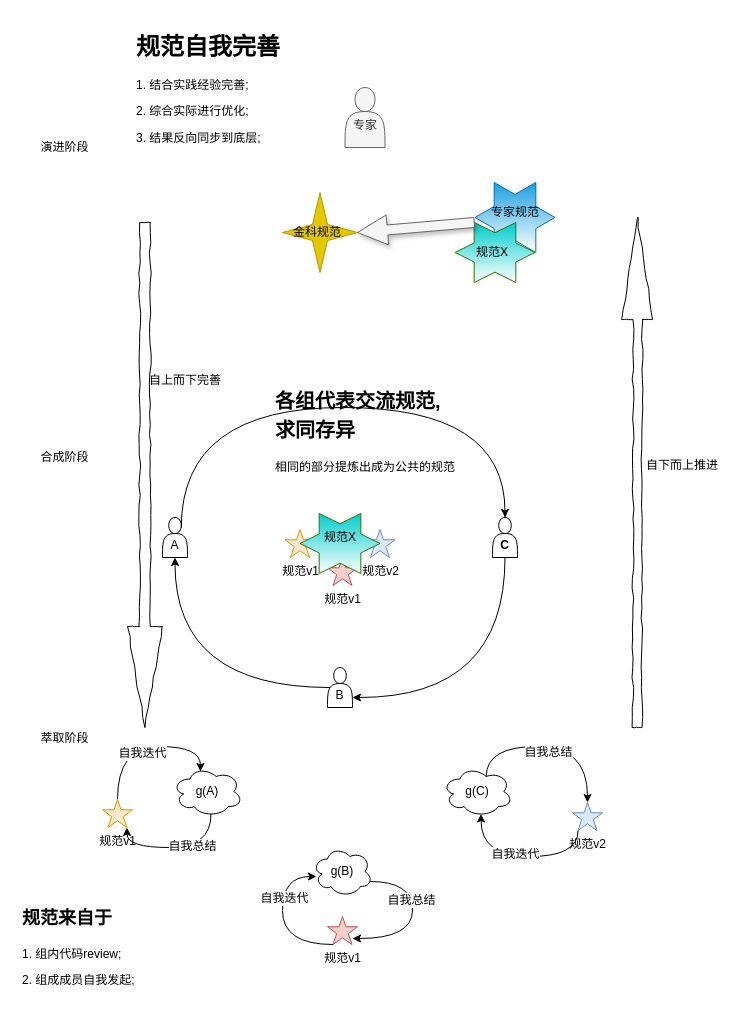
jingmian/design-repo keeps this draw.io diagram as 未命名表单.drawio. Above is the earlier version. Source tidied: cells renumbered, new cells numbered last; positions are measured from the earlier drawing's top-left corner, leaving out a move shared by most shapes. Both pictures are drawn from the tidied source at 100%, with x=0, y=0 at pixel (17, 27).
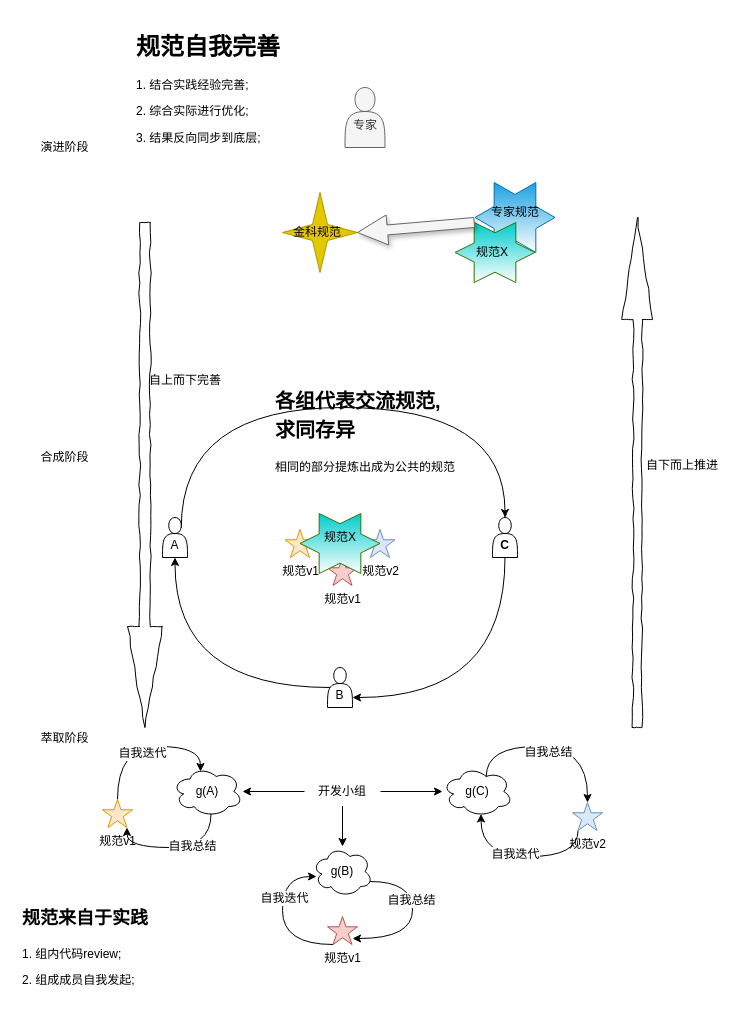
The same diagram, later.

Commit message:
更新未命名表单.drawio

Unchanged cells that the change refers to:
```xml
<mxCell id="4" style="group;" parent="1" vertex="1">
  <mxGeometry x="85" y="719" width="500" height="270" as="geometry" />
</mxCell>
<mxCell id="5" value="g(A)" style="ellipse;shape=cloud;whiteSpace=wrap;html=1;" parent="4" vertex="1">
  <mxGeometry x="70" y="20" width="70" height="50" as="geometry" />
</mxCell>
<mxCell id="6" value="g(B)" style="ellipse;shape=cloud;whiteSpace=wrap;html=1;" parent="4" vertex="1">
  <mxGeometry x="210" y="100" width="60" height="50" as="geometry" />
</mxCell>
<mxCell id="7" value="g(C)" style="ellipse;shape=cloud;whiteSpace=wrap;html=1;" parent="4" vertex="1">
  <mxGeometry x="340" y="20" width="70" height="50" as="geometry" />
</mxCell>
```

The edit, as a diff of the source:
```diff
@@
-    <mxCell id="23" value="&lt;h1&gt;&lt;font style=&quot;font-size: 18px&quot;&gt;规范来自于&lt;/font&gt;&lt;/h1&gt;&lt;p&gt;1. 组内代码review;&lt;/p&gt;&lt;p&gt;2. 组成成员自我发起;&lt;/p&gt;" style="text;html=1;strokeColor=none;fillColor=none;spacing=5;spacingTop=-20;whiteSpace=wrap;overflow=hidden;rounded=0;shadow=0;comic=1;" parent="4" vertex="1">
+    <mxCell id="23" value="&lt;h1&gt;&lt;font style=&quot;font-size: 18px&quot;&gt;规范来自于实践&lt;/font&gt;&lt;/h1&gt;&lt;p&gt;1. 组内代码review;&lt;/p&gt;&lt;p&gt;2. 组成成员自我发起;&lt;/p&gt;" style="text;html=1;strokeColor=none;fillColor=none;spacing=5;spacingTop=-20;whiteSpace=wrap;overflow=hidden;rounded=0;shadow=0;comic=1;" parent="4" vertex="1">
       <mxGeometry x="-85" y="150" width="190" height="120" as="geometry" />
     </mxCell>
+    <mxCell id="51" style="edgeStyle=orthogonalEdgeStyle;rounded=0;jettySize=auto;html=1;" parent="4" edge="1" source="54" target="7">
+      <mxGeometry relative="1" as="geometry" />
+    </mxCell>
+    <mxCell id="52" style="edgeStyle=orthogonalEdgeStyle;rounded=0;jettySize=auto;html=1;" parent="4" edge="1" source="54" target="6">
+      <mxGeometry relative="1" as="geometry" />
+    </mxCell>
+    <mxCell id="53" style="edgeStyle=orthogonalEdgeStyle;rounded=0;jettySize=auto;html=1;" parent="4" edge="1" source="54" target="5">
+      <mxGeometry relative="1" as="geometry" />
+    </mxCell>
+    <mxCell id="54" value="开发小组" style="text;html=1;strokeColor=none;fillColor=none;align=center;verticalAlign=middle;whiteSpace=wrap;rounded=0;" parent="4" vertex="1">
+      <mxGeometry x="202" y="30.5" width="76" height="29" as="geometry" />
+    </mxCell>
```
